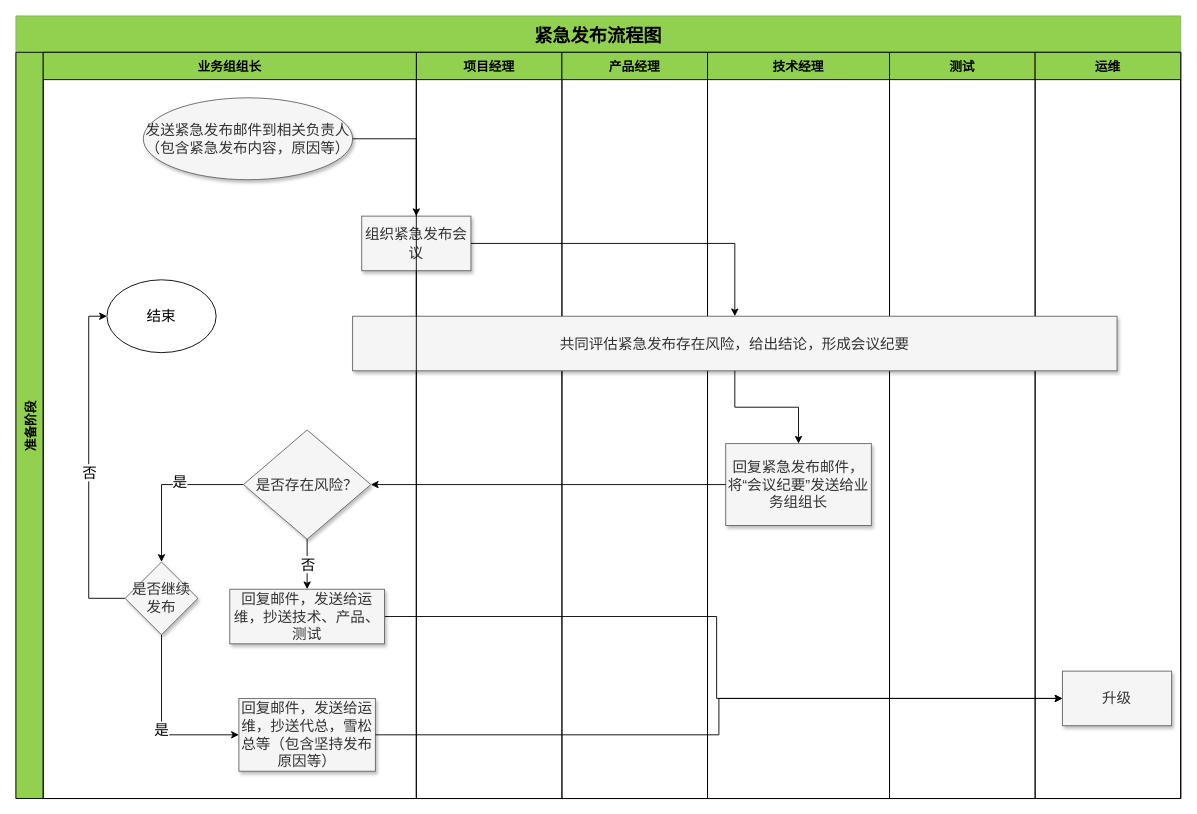
Earlier version of the draw.io diagram 紧急发布流程.drawio (it-coder/diagram). Source tidied: cells renumbered, new cells numbered last; positions are measured from the earlier drawing's top-left corner, leaving out a move shared by most shapes. Both pictures are drawn from the tidied source at 91%, with x=0, y=0 at pixel (15, 15).
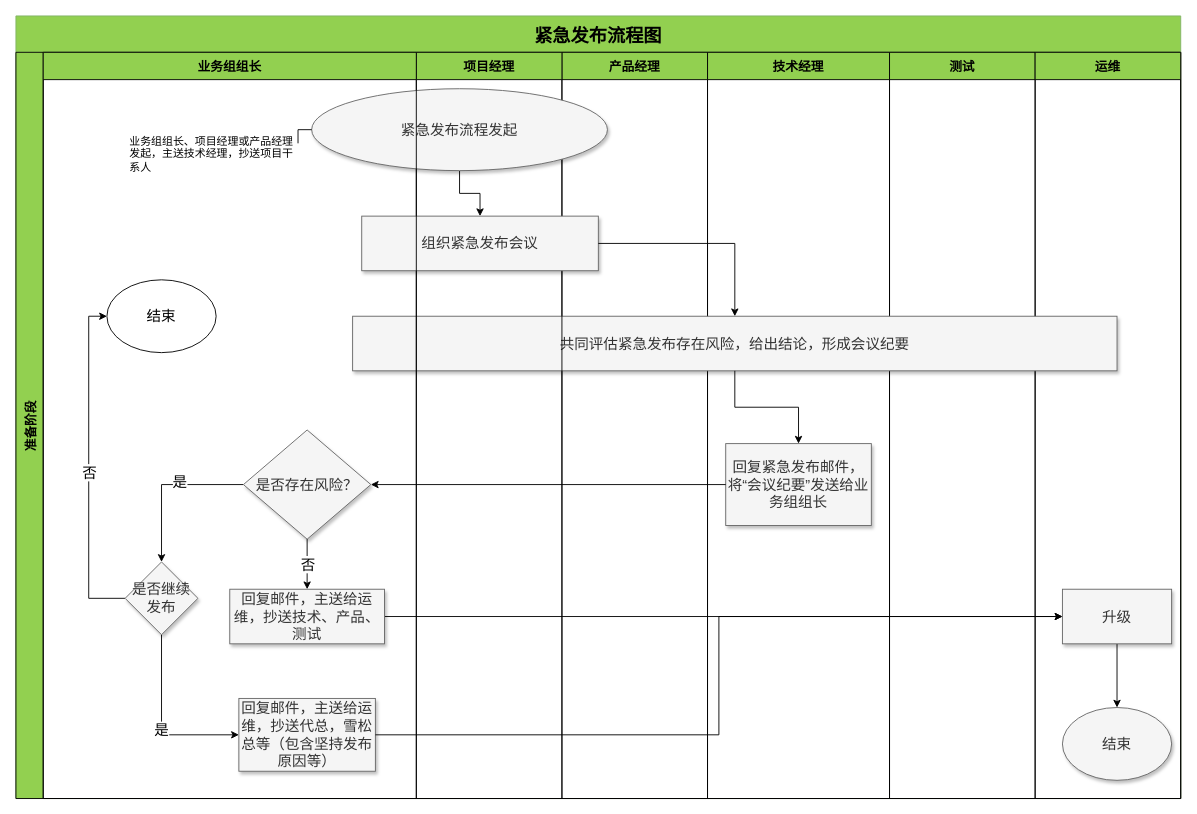
The same page after the edit.

Commit message:
更新紧急发布流程.drawio

The change refers to these unchanged cells:
```xml
<mxCell id="3" value="准备阶段" style="swimlane;startSize=30;horizontal=0;fillColor=#92D050;fontSize=14;" parent="2" vertex="1">
  <mxGeometry y="40" width="1280" height="820" as="geometry" />
</mxCell>
<mxCell id="4" value="技术经理" style="swimlane;fillColor=#92D050;fontSize=14;startSize=30;" parent="3" vertex="1">
  <mxGeometry x="760" width="200" height="820" as="geometry" />
</mxCell>
<mxCell id="8" value="运维" style="swimlane;fillColor=#92D050;fontSize=14;startSize=30;" parent="3" vertex="1">
  <mxGeometry x="1120" width="160" height="820" as="geometry" />
</mxCell>
<mxCell id="10" value="项目经理" style="swimlane;fillColor=#92D050;fontSize=14;startSize=30;" parent="3" vertex="1">
  <mxGeometry x="440" width="160" height="820" as="geometry" />
</mxCell>
<mxCell id="14" value="业务组组长" style="swimlane;startSize=30;fillColor=#92D050;fontSize=14;" parent="3" vertex="1">
  <mxGeometry x="30" width="410" height="820" as="geometry" />
</mxCell>
```

The edit, as a diff of the source:
```diff
@@
     <mxCell id="6" style="edgeStyle=orthogonalEdgeStyle;rounded=0;jettySize=auto;html=1;entryX=0;entryY=0.5;entryDx=0;entryDy=0;" parent="4" edge="1" source="16" target="9">
       <mxGeometry relative="1" as="geometry">
         <Array as="points">
-          <mxPoint x="10" y="620" />
-          <mxPoint x="10" y="710" />
+          <mxPoint x="200" y="620" />
+          <mxPoint x="200" y="620" />
         </Array>
       </mxGeometry>
     </mxCell>
@@
+    <mxCell id="34" style="edgeStyle=orthogonalEdgeStyle;rounded=0;jettySize=auto;html=1;" parent="8" edge="1" source="9" target="35">
+      <mxGeometry relative="1" as="geometry" />
+    </mxCell>
     <mxCell id="9" value="升级" style="whiteSpace=wrap;html=1;fontSize=16;fillColor=#f5f5f5;strokeColor=#666666;fontColor=#333333;shadow=1;sketch=0;" parent="8" vertex="1">
-      <mxGeometry x="30" y="680" width="120" height="60" as="geometry" />
+      <mxGeometry x="30" y="590" width="120" height="60" as="geometry" />
     </mxCell>
+    <mxCell id="35" value="结束" style="ellipse;whiteSpace=wrap;html=1;fontSize=16;fillColor=#f5f5f5;strokeColor=#666666;fontColor=#333333;shadow=1;sketch=0;" parent="8" vertex="1">
+      <mxGeometry x="30" y="720" width="120" height="80" as="geometry" />
+    </mxCell>
+    <mxCell id="12" value="产品经理" style="swimlane;fillColor=#92D050;fontSize=14;startSize=30;" parent="3" vertex="1">
+      <mxGeometry x="600" width="160" height="820" as="geometry" />
+    </mxCell>
+    <mxCell id="13" value="共同评估紧急发布存在风险，给出结论，形成会议纪要" style="whiteSpace=wrap;html=1;fontSize=16;fillColor=#f5f5f5;strokeColor=#666666;fontColor=#333333;shadow=1;sketch=0;" parent="12" vertex="1">
+      <mxGeometry x="-230" y="290" width="840" height="60" as="geometry" />
+    </mxCell>
@@
     <mxCell id="11" value="组织紧急发布会议" style="whiteSpace=wrap;html=1;fillColor=#f5f5f5;strokeColor=#666666;fontColor=#333333;shadow=1;sketch=0;fontSize=16;" parent="10" vertex="1">
-      <mxGeometry x="-60" y="180" width="120" height="60" as="geometry" />
+      <mxGeometry x="-60" y="180" width="260" height="60" as="geometry" />
     </mxCell>
-    <mxCell id="12" value="产品经理" style="swimlane;fillColor=#92D050;fontSize=14;startSize=30;" parent="3" vertex="1">
-      <mxGeometry x="600" width="160" height="820" as="geometry" />
-    </mxCell>
-    <mxCell id="13" value="共同评估紧急发布存在风险，给出结论，形成会议纪要" style="whiteSpace=wrap;html=1;fontSize=16;fillColor=#f5f5f5;strokeColor=#666666;fontColor=#333333;shadow=1;sketch=0;" parent="12" vertex="1">
-      <mxGeometry x="-230" y="290" width="840" height="60" as="geometry" />
-    </mxCell>
+    <mxCell id="29" style="edgeStyle=orthogonalEdgeStyle;rounded=0;jettySize=auto;html=1;" parent="10" edge="1" source="15" target="11">
+      <mxGeometry relative="1" as="geometry" />
+    </mxCell>
+    <mxCell id="15" value="&lt;font face=&quot;Microsoft YaHei-2&quot;&gt;&lt;span style=&quot;font-size: 16px;&quot;&gt;紧急发布流程发起&lt;/span&gt;&lt;/font&gt;" style="ellipse;whiteSpace=wrap;html=1;shadow=1;sketch=0;fillColor=#f5f5f5;fontColor=#333333;strokeColor=#666666;" parent="10" vertex="1">
+      <mxGeometry x="-115" y="40" width="325" height="90" as="geometry" />
+    </mxCell>
@@
-    <mxCell id="15" value="&lt;font face=&quot;Microsoft YaHei-2&quot;&gt;&lt;span style=&quot;font-size: 16px;&quot;&gt;发送紧急发布邮件到相关负责人（包含紧急发布内容，原因等）&lt;/span&gt;&lt;/font&gt;" style="ellipse;whiteSpace=wrap;html=1;shadow=1;sketch=0;fillColor=#f5f5f5;fontColor=#333333;strokeColor=#666666;" parent="14" vertex="1">
-      <mxGeometry x="110" y="50" width="230" height="90" as="geometry" />
-    </mxCell>
-    <mxCell id="16" value="回复邮件，发送给运维，抄送技术、产品、测试" style="whiteSpace=wrap;html=1;fontSize=16;fillColor=#f5f5f5;strokeColor=#666666;fontColor=#333333;shadow=1;sketch=0;" parent="14" vertex="1">
+    <mxCell id="16" value="回复邮件，主送给运维，抄送技术、产品、测试" style="whiteSpace=wrap;html=1;fontSize=16;fillColor=#f5f5f5;strokeColor=#666666;fontColor=#333333;shadow=1;sketch=0;" parent="14" vertex="1">
       <mxGeometry x="205" y="590" width="170" height="60" as="geometry" />
     </mxCell>
@@
-    <mxCell id="28" value="回复邮件，发送给运维，抄送代总，雪松总等（包含坚持发布原因等）" style="whiteSpace=wrap;html=1;fontSize=16;fillColor=#f5f5f5;strokeColor=#666666;fontColor=#333333;shadow=1;sketch=0;" parent="14" vertex="1">
+    <mxCell id="28" value="回复邮件，主送给运维，抄送代总，雪松总等（包含坚持发布原因等）" style="whiteSpace=wrap;html=1;fontSize=16;fillColor=#f5f5f5;strokeColor=#666666;fontColor=#333333;shadow=1;sketch=0;" parent="14" vertex="1">
       <mxGeometry x="215" y="710" width="150" height="80" as="geometry" />
     </mxCell>
-    <mxCell id="29" style="edgeStyle=orthogonalEdgeStyle;rounded=0;jettySize=auto;html=1;" parent="3" edge="1" source="15" target="11">
-      <mxGeometry relative="1" as="geometry" />
-    </mxCell>
+    <mxCell id="36" value="&lt;h1&gt;&lt;br&gt;&lt;/h1&gt;&lt;div&gt;业务组组长、项目经理或产品经理发起，主送技术经理，抄送项目干系人&lt;/div&gt;" style="text;html=1;strokeColor=none;fillColor=none;spacing=5;spacingTop=-20;whiteSpace=wrap;overflow=hidden;rounded=0;" parent="14" vertex="1">
+      <mxGeometry x="90" y="40" width="190" height="120" as="geometry" />
+    </mxCell>
@@
+    <mxCell id="37" style="edgeStyle=orthogonalEdgeStyle;rounded=0;jettySize=auto;html=1;exitX=0;exitY=0.5;exitDx=0;exitDy=0;entryX=1;entryY=0.5;entryDx=0;entryDy=0;endArrow=none;endFill=0;" parent="3" edge="1" source="15" target="36">
+      <mxGeometry relative="1" as="geometry" />
+    </mxCell>
```
